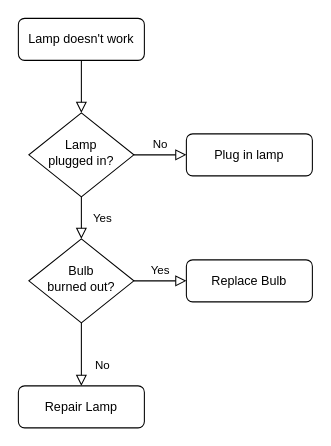
Earlier version of the draw.io diagram 未命名绘图.drawio (dsxkline/dsx_base_algorithm). Source tidied: cells renumbered, new cells numbered last; positions are measured from the earlier drawing's top-left corner, leaving out a move shared by most shapes. Both pictures are drawn from the tidied source at 105%, with x=0, y=0 at pixel (18, 18).
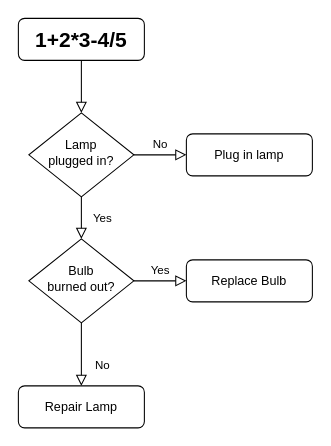
After the change.

Commit message:
递归下降算法.drawio

What changed in the source:
```diff
@@
 <mxGraphModel>
   <root>
     <mxCell id="0" />
     <mxCell id="1" parent="0" />
     <mxCell id="2" style="rounded=0;html=1;jettySize=auto;fontSize=11;endArrow=block;endFill=0;endSize=8;strokeWidth=1;shadow=0;labelBackgroundColor=none;edgeStyle=orthogonalEdgeStyle;" parent="1" edge="1" source="3" target="6">
       <mxGeometry relative="1" as="geometry" />
     </mxCell>
-    <mxCell id="3" value="Lamp doesn't work" style="rounded=1;whiteSpace=wrap;html=1;fontSize=12;glass=0;strokeWidth=1;shadow=0;" parent="1" vertex="1">
+    <mxCell id="3" value="1+2*3-4/5" style="rounded=1;whiteSpace=wrap;html=1;fontSize=20;glass=0;strokeWidth=1;shadow=0;fontStyle=1;" parent="1" vertex="1">
       <mxGeometry width="120" height="40" as="geometry" />
     </mxCell>
     <mxCell id="4" value="Yes" style="rounded=0;html=1;jettySize=auto;fontSize=11;endArrow=block;endFill=0;endSize=8;strokeWidth=1;shadow=0;labelBackgroundColor=none;edgeStyle=orthogonalEdgeStyle;" parent="1" edge="1" source="6" target="10">
       <mxGeometry y="20" relative="1" as="geometry" />
     </mxCell>
     <mxCell id="5" value="No" style="edgeStyle=orthogonalEdgeStyle;rounded=0;html=1;jettySize=auto;fontSize=11;endArrow=block;endFill=0;endSize=8;strokeWidth=1;shadow=0;labelBackgroundColor=none;" parent="1" edge="1" source="6" target="7">
       <mxGeometry y="10" relative="1" as="geometry" />
     </mxCell>
     <mxCell id="6" value="Lamp&lt;br&gt;plugged in?" style="rhombus;whiteSpace=wrap;html=1;shadow=0;fontFamily=Helvetica;fontSize=12;align=center;strokeWidth=1;spacing=6;spacingTop=-4;" parent="1" vertex="1">
       <mxGeometry x="10" y="90" width="100" height="80" as="geometry" />
     </mxCell>
     <mxCell id="7" value="Plug in lamp" style="rounded=1;whiteSpace=wrap;html=1;fontSize=12;glass=0;strokeWidth=1;shadow=0;" parent="1" vertex="1">
       <mxGeometry x="160" y="110" width="120" height="40" as="geometry" />
     </mxCell>
     <mxCell id="8" value="No" style="rounded=0;html=1;jettySize=auto;fontSize=11;endArrow=block;endFill=0;endSize=8;strokeWidth=1;shadow=0;labelBackgroundColor=none;edgeStyle=orthogonalEdgeStyle;" parent="1" edge="1" source="10" target="11">
       <mxGeometry x="0.33" y="20" relative="1" as="geometry" />
     </mxCell>
     <mxCell id="9" value="Yes" style="edgeStyle=orthogonalEdgeStyle;rounded=0;html=1;jettySize=auto;fontSize=11;endArrow=block;endFill=0;endSize=8;strokeWidth=1;shadow=0;labelBackgroundColor=none;" parent="1" edge="1" source="10" target="12">
       <mxGeometry y="10" relative="1" as="geometry" />
     </mxCell>
     <mxCell id="10" value="Bulb&lt;br&gt;burned out?" style="rhombus;whiteSpace=wrap;html=1;shadow=0;fontFamily=Helvetica;fontSize=12;align=center;strokeWidth=1;spacing=6;spacingTop=-4;" parent="1" vertex="1">
       <mxGeometry x="10" y="210" width="100" height="80" as="geometry" />
     </mxCell>
     <mxCell id="11" value="Repair Lamp" style="rounded=1;whiteSpace=wrap;html=1;fontSize=12;glass=0;strokeWidth=1;shadow=0;" parent="1" vertex="1">
       <mxGeometry y="350" width="120" height="40" as="geometry" />
     </mxCell>
     <mxCell id="12" value="Replace Bulb" style="rounded=1;whiteSpace=wrap;html=1;fontSize=12;glass=0;strokeWidth=1;shadow=0;" parent="1" vertex="1">
       <mxGeometry x="160" y="230" width="120" height="40" as="geometry" />
     </mxCell>
   </root>
 </mxGraphModel>
```
